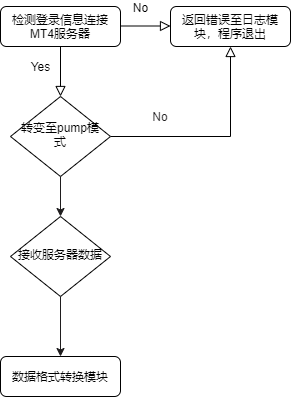
This is 数据抽取模块1.png from bangyanli/story, a draw.io export, as it was before one commit. Source tidied: cells renumbered, new cells last; positions are measured from the earlier drawing's top-left corner, leaving out a move shared by most shapes.
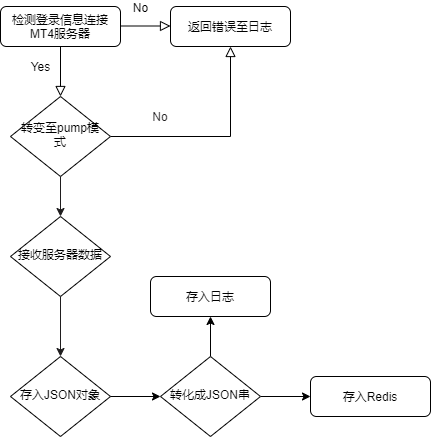
After the change.

Commit message:
Update 数据抽取模块1.png

Change to the diagram source:
```diff
@@ -19,16 +19,15 @@
     <mxCell id="6" value="转变至pump模式" style="rhombus;whiteSpace=wrap;html=1;shadow=0;fontFamily=Helvetica;fontSize=12;align=center;strokeWidth=1;spacing=6;spacingTop=-4;" parent="1" vertex="1">
       <mxGeometry x="10" y="90" width="100" height="80" as="geometry" />
     </mxCell>
-    <mxCell id="7" style="edgeStyle=orthogonalEdgeStyle;rounded=0;jettySize=auto;html=1;exitX=0.5;exitY=1;exitDx=0;exitDy=0;entryX=0.5;entryY=0;entryDx=0;entryDy=0;strokeColor=#1F1D1E;fontColor=#FFFCFD;" parent="1" edge="1" source="8" target="9">
-      <mxGeometry relative="1" as="geometry" />
+    <mxCell id="7" style="edgeStyle=orthogonalEdgeStyle;rounded=0;jettySize=auto;html=1;exitX=0.5;exitY=1;exitDx=0;exitDy=0;entryX=0.5;entryY=0;entryDx=0;entryDy=0;strokeColor=#1F1D1E;fontColor=#FFFCFD;" parent="1" edge="1" source="8">
+      <mxGeometry relative="1" as="geometry">
+        <mxPoint x="60" y="350" as="targetPoint" />
+      </mxGeometry>
     </mxCell>
     <mxCell id="8" value="接收服务器数据" style="rhombus;whiteSpace=wrap;html=1;shadow=0;fontFamily=Helvetica;fontSize=12;align=center;strokeWidth=1;spacing=6;spacingTop=-4;" parent="1" vertex="1">
       <mxGeometry x="10" y="210" width="100" height="80" as="geometry" />
     </mxCell>
-    <mxCell id="9" value="数据格式转换模块" style="rounded=1;whiteSpace=wrap;html=1;fontSize=12;glass=0;strokeWidth=1;shadow=0;" parent="1" vertex="1">
-      <mxGeometry y="350" width="120" height="40" as="geometry" />
-    </mxCell>
-    <mxCell id="10" value="返回错误至日志模块，程序退出" style="rounded=1;whiteSpace=wrap;html=1;fontSize=12;glass=0;strokeWidth=1;shadow=0;" parent="1" vertex="1">
+    <mxCell id="10" value="返回错误至日志" style="rounded=1;whiteSpace=wrap;html=1;fontSize=12;glass=0;strokeWidth=1;shadow=0;" parent="1" vertex="1">
       <mxGeometry x="170" width="120" height="40" as="geometry" />
     </mxCell>
     <mxCell id="11" value="No" style="edgeStyle=orthogonalEdgeStyle;rounded=0;html=1;jettySize=auto;orthogonalLoop=1;fontSize=11;endArrow=block;endFill=0;endSize=8;strokeWidth=1;shadow=0;labelBackgroundColor=none;" parent="1" edge="1">
@@ -41,5 +40,26 @@
     <mxCell id="12" value="&lt;font color=&quot;#1f1d1e&quot;&gt;No&lt;/font&gt;" style="text;html=1;strokeColor=none;fillColor=none;align=center;verticalAlign=middle;whiteSpace=wrap;rounded=0;fontColor=#FFFCFD;" parent="1" vertex="1">
       <mxGeometry x="140" y="100" width="40" height="20" as="geometry" />
     </mxCell>
+    <mxCell id="13" style="edgeStyle=orthogonalEdgeStyle;rounded=0;jettySize=auto;html=1;exitX=1;exitY=0.5;exitDx=0;exitDy=0;" parent="1" edge="1" source="14" target="17">
+      <mxGeometry relative="1" as="geometry" />
+    </mxCell>
+    <mxCell id="14" value="存入JSON对象" style="rhombus;whiteSpace=wrap;html=1;shadow=0;fontFamily=Helvetica;fontSize=12;align=center;strokeWidth=1;spacing=6;spacingTop=-4;" parent="1" vertex="1">
+      <mxGeometry x="10" y="350" width="100" height="80" as="geometry" />
+    </mxCell>
+    <mxCell id="15" style="edgeStyle=orthogonalEdgeStyle;rounded=0;jettySize=auto;html=1;exitX=1;exitY=0.5;exitDx=0;exitDy=0;entryX=0;entryY=0.5;entryDx=0;entryDy=0;" parent="1" edge="1" source="17" target="19">
+      <mxGeometry relative="1" as="geometry" />
+    </mxCell>
+    <mxCell id="16" style="edgeStyle=orthogonalEdgeStyle;rounded=0;jettySize=auto;html=1;exitX=0.5;exitY=0;exitDx=0;exitDy=0;" parent="1" edge="1" source="17" target="18">
+      <mxGeometry relative="1" as="geometry" />
+    </mxCell>
+    <mxCell id="17" value="转化成JSON串" style="rhombus;whiteSpace=wrap;html=1;shadow=0;fontFamily=Helvetica;fontSize=12;align=center;strokeWidth=1;spacing=6;spacingTop=-4;" parent="1" vertex="1">
+      <mxGeometry x="160" y="350" width="100" height="80" as="geometry" />
+    </mxCell>
+    <mxCell id="18" value="存入日志" style="rounded=1;whiteSpace=wrap;html=1;fontSize=12;glass=0;strokeWidth=1;shadow=0;" parent="1" vertex="1">
+      <mxGeometry x="150" y="270" width="120" height="40" as="geometry" />
+    </mxCell>
+    <mxCell id="19" value="存入Redis" style="rounded=1;whiteSpace=wrap;html=1;fontSize=12;glass=0;strokeWidth=1;shadow=0;" parent="1" vertex="1">
+      <mxGeometry x="310" y="370" width="120" height="40" as="geometry" />
+    </mxCell>
   </root>
 </mxGraphModel>
```
